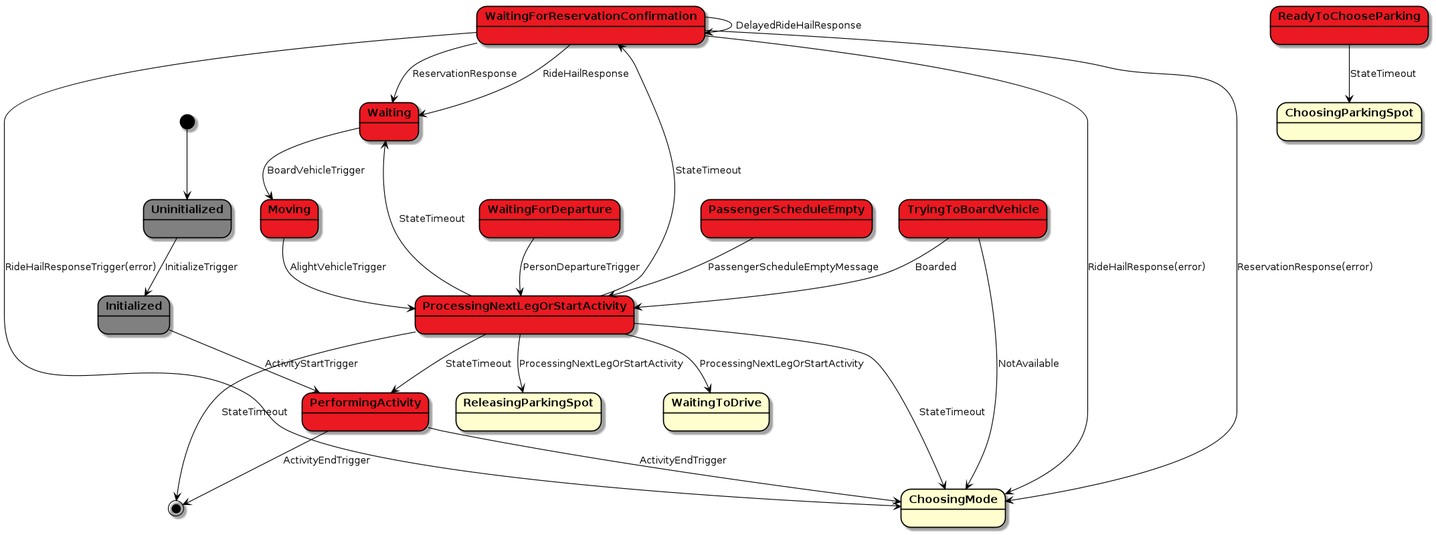
Earlier version of the PlantUML export docs/_static/uml/PersonAgent.png (LBNL-UCB-STI/beam). Its diagram source:
```plantuml
@startuml

scale 1000 width
scale 800 height
skinparam stateBorderColor #black
skinparam stateFontStyle bold
skinparam arrowColor #black

state Uninitialized #grey

state Initialized #grey

state PerformingActivity #eb1921

state WaitingForDeparture #eb1921

state WaitingForReservationConfirmation #eb1921

state Waiting #eb1921

state Moving #eb1921

state PassengerScheduleEmpty #eb1921

state ReadyToChooseParking #eb1921

state TryingToBoardVehicle #eb1921

state ProcessingNextLegOrStartActivity #eb1921

[*] --> Uninitialized
Uninitialized --> Initialized :InitializeTrigger

Initialized --> PerformingActivity : ActivityStartTrigger


PerformingActivity --> ChoosingMode : ActivityEndTrigger
PerformingActivity --> [*] : ActivityEndTrigger

WaitingForDeparture --> ProcessingNextLegOrStartActivity : PersonDepartureTrigger

WaitingForReservationConfirmation --> Waiting : ReservationResponse
WaitingForReservationConfirmation --> ChoosingMode : ReservationResponse(error)
WaitingForReservationConfirmation --> WaitingForReservationConfirmation : DelayedRideHailResponse
WaitingForReservationConfirmation --> ChoosingMode : RideHailResponseTrigger(error)
WaitingForReservationConfirmation --> Waiting : RideHailResponse
WaitingForReservationConfirmation --> ChoosingMode : RideHailResponse(error)

Waiting --> Moving : BoardVehicleTrigger

Moving --> ProcessingNextLegOrStartActivity : AlightVehicleTrigger

PassengerScheduleEmpty --> ProcessingNextLegOrStartActivity: PassengerScheduleEmptyMessage

ReadyToChooseParking --> ChoosingParkingSpot: StateTimeout

TryingToBoardVehicle --> ProcessingNextLegOrStartActivity : Boarded
TryingToBoardVehicle --> ChoosingMode : NotAvailable


ProcessingNextLegOrStartActivity --> ReleasingParkingSpot : ProcessingNextLegOrStartActivity
ProcessingNextLegOrStartActivity --> WaitingToDrive : ProcessingNextLegOrStartActivity
ProcessingNextLegOrStartActivity --> ChoosingMode : StateTimeout
ProcessingNextLegOrStartActivity --> WaitingForReservationConfirmation : StateTimeout
ProcessingNextLegOrStartActivity --> Waiting : StateTimeout
ProcessingNextLegOrStartActivity --> PerformingActivity : StateTimeout
ProcessingNextLegOrStartActivity --> [*] : StateTimeout





@enduml
```
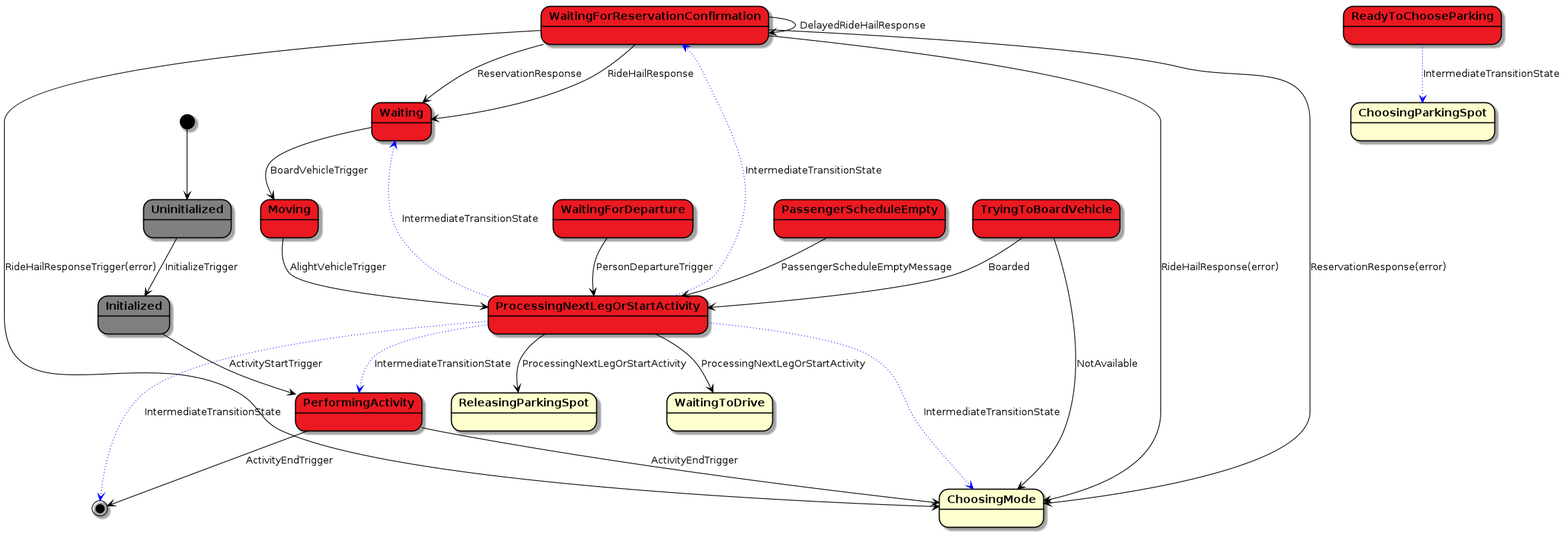
The same file after the commit.

The edit, as a diff of the source:
```diff
@@ -52,7 +52,7 @@
 
 PassengerScheduleEmpty --> ProcessingNextLegOrStartActivity: PassengerScheduleEmptyMessage
 
-ReadyToChooseParking --> ChoosingParkingSpot: StateTimeout
+ReadyToChooseParking -[#blue,dotted]-> ChoosingParkingSpot: IntermediateTransitionState
 
 TryingToBoardVehicle --> ProcessingNextLegOrStartActivity : Boarded
 TryingToBoardVehicle --> ChoosingMode : NotAvailable
@@ -60,11 +60,11 @@
 
 ProcessingNextLegOrStartActivity --> ReleasingParkingSpot : ProcessingNextLegOrStartActivity
 ProcessingNextLegOrStartActivity --> WaitingToDrive : ProcessingNextLegOrStartActivity
-ProcessingNextLegOrStartActivity --> ChoosingMode : StateTimeout
-ProcessingNextLegOrStartActivity --> WaitingForReservationConfirmation : StateTimeout
-ProcessingNextLegOrStartActivity --> Waiting : StateTimeout
-ProcessingNextLegOrStartActivity --> PerformingActivity : StateTimeout
-ProcessingNextLegOrStartActivity --> [*] : StateTimeout
+ProcessingNextLegOrStartActivity -[#blue,dotted]-> ChoosingMode : IntermediateTransitionState
+ProcessingNextLegOrStartActivity -[#blue,dotted]-> WaitingForReservationConfirmation : IntermediateTransitionState
+ProcessingNextLegOrStartActivity -[#blue,dotted]-> Waiting : IntermediateTransitionState
+ProcessingNextLegOrStartActivity -[#blue,dotted]-> PerformingActivity : IntermediateTransitionState
+ProcessingNextLegOrStartActivity -[#blue,dotted]-> [*] : IntermediateTransitionState
 
 
 
```
